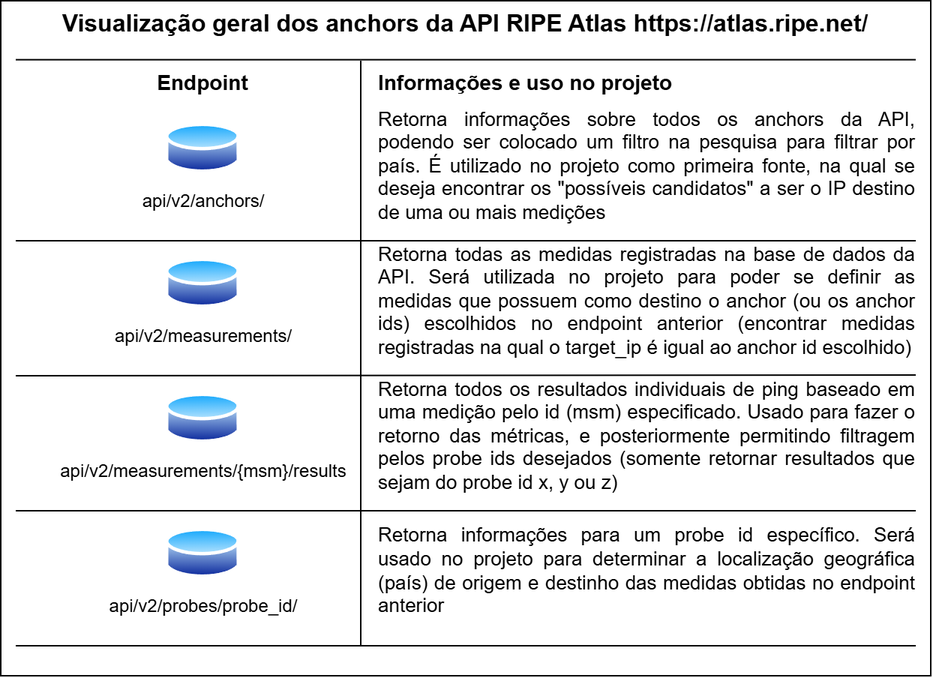
Above: docs/data_collection/endpoints_api.png in Rodrigo3441/netpulse-sistema-monitor-de-redes (draw.io), before the change. Source tidied: cells renumbered, new cells last; positions are measured from the earlier drawing's top-left corner, leaving out a move shared by most shapes. The source it was exported from:
```xml
<mxGraphModel>
  <root>
    <mxCell id="0" />
    <mxCell id="1" parent="0" />
    <mxCell id="2" style="rounded=0;whiteSpace=wrap;html=1;" parent="1" vertex="1">
      <mxGeometry width="620" height="450" as="geometry" />
    </mxCell>
    <mxCell id="3" value="api/v2/anchors/" style="image;perimeter=ellipsePerimeter;html=1;align=center;shadow=0;dashed=0;spacingTop=3;image=img/lib/active_directory/database.svg;" parent="1" vertex="1">
      <mxGeometry x="110" y="80" width="50" height="37" as="geometry" />
    </mxCell>
    <mxCell id="4" value="&lt;font style=&quot;font-size: 16px;&quot;&gt;&lt;b&gt;Visualização geral dos anchors da API RIPE Atlas&amp;nbsp;&lt;span style=&quot;white-space: nowrap; background-color: rgb(255, 255, 255);&quot;&gt;https://atlas.ripe.net/&lt;/span&gt;&lt;/b&gt;&lt;/font&gt;" style="text;html=1;whiteSpace=wrap;strokeColor=none;fillColor=none;align=center;verticalAlign=middle;rounded=0;" parent="1" vertex="1">
      <mxGeometry width="620" height="30" as="geometry" />
    </mxCell>
    <mxCell id="5" value="api/v2/measurements/" style="image;perimeter=ellipsePerimeter;html=1;align=center;shadow=0;dashed=0;spacingTop=3;image=img/lib/active_directory/database.svg;" parent="1" vertex="1">
      <mxGeometry x="110" y="170" width="50" height="37" as="geometry" />
    </mxCell>
    <mxCell id="6" value="&lt;b style=&quot;&quot;&gt;&lt;font style=&quot;font-size: 14px;&quot;&gt;Endpoint&lt;/font&gt;&lt;/b&gt;" style="text;html=1;whiteSpace=wrap;strokeColor=none;fillColor=none;align=center;verticalAlign=middle;rounded=0;" parent="1" vertex="1">
      <mxGeometry x="85" y="40" width="100" height="30" as="geometry" />
    </mxCell>
    <mxCell id="7" value="&lt;span style=&quot;font-size: 14px;&quot;&gt;&lt;b&gt;Informações e uso no projeto&lt;/b&gt;&lt;/span&gt;" style="text;html=1;whiteSpace=wrap;strokeColor=none;fillColor=none;align=center;verticalAlign=middle;rounded=0;" parent="1" vertex="1">
      <mxGeometry x="240" y="40" width="220" height="30" as="geometry" />
    </mxCell>
    <mxCell id="8" value="&lt;div style=&quot;text-align: justify;&quot;&gt;&lt;span style=&quot;font-size: 13px; background-color: transparent; color: light-dark(rgb(0, 0, 0), rgb(255, 255, 255));&quot;&gt;Retorna informações sobre todos os anchors da API, podendo ser colocado um filtro na pesquisa para filtrar por país. É utilizado no projeto como primeira fonte, na qual se deseja encontrar os &quot;possíveis candidatos&quot; a ser o IP destino de uma ou mais medições&lt;/span&gt;&lt;/div&gt;" style="text;html=1;whiteSpace=wrap;strokeColor=none;fillColor=none;align=left;verticalAlign=middle;rounded=0;" parent="1" vertex="1">
      <mxGeometry x="250" y="70" width="360" height="80" as="geometry" />
    </mxCell>
    <mxCell id="9" value="&lt;div style=&quot;text-align: justify;&quot;&gt;&lt;span style=&quot;font-size: 13px; background-color: transparent; color: light-dark(rgb(0, 0, 0), rgb(255, 255, 255));&quot;&gt;Retorna todas as medidas registradas na base de dados da API. Será utilizada no projeto para poder se definir as medidas que possuem como destino o anchor (ou os anchor ids) escolhidos no endpoint anterior (encontrar medidas registradas na qual o target_ip é igual ao anchor id escolhido)&lt;/span&gt;&lt;/div&gt;" style="text;html=1;whiteSpace=wrap;strokeColor=none;fillColor=none;align=left;verticalAlign=middle;rounded=0;" parent="1" vertex="1">
      <mxGeometry x="250" y="160" width="360" height="80" as="geometry" />
    </mxCell>
    <mxCell id="10" value="api/v2/measurements/{msm}/results" style="image;perimeter=ellipsePerimeter;html=1;align=center;shadow=0;dashed=0;spacingTop=3;image=img/lib/active_directory/database.svg;" parent="1" vertex="1">
      <mxGeometry x="110" y="260" width="50" height="37" as="geometry" />
    </mxCell>
    <mxCell id="11" value="&lt;div style=&quot;text-align: justify;&quot;&gt;&lt;span style=&quot;font-size: 13px;&quot;&gt;Retorna todos os resultados individuais de ping baseado em uma medição pelo id (msm) especificado. Usado para fazer o retorno das métricas, e posteriormente permitindo filtragem pelos probe ids desejados (somente retornar resultados que sejam do probe id x, y ou z)&lt;/span&gt;&lt;/div&gt;" style="text;html=1;whiteSpace=wrap;strokeColor=none;fillColor=none;align=left;verticalAlign=middle;rounded=0;" parent="1" vertex="1">
      <mxGeometry x="250" y="250" width="360" height="80" as="geometry" />
    </mxCell>
    <mxCell id="12" style="endArrow=none;html=1;rounded=0;entryX=1;entryY=1;entryDx=0;entryDy=0;" parent="1" edge="1">
      <mxGeometry relative="1" as="geometry">
        <mxPoint x="10" y="160" as="sourcePoint" />
        <mxPoint x="610" y="160" as="targetPoint" />
      </mxGeometry>
    </mxCell>
    <mxCell id="13" style="endArrow=none;html=1;rounded=0;entryX=1;entryY=1;entryDx=0;entryDy=0;" parent="1" edge="1">
      <mxGeometry relative="1" as="geometry">
        <mxPoint x="10" y="250" as="sourcePoint" />
        <mxPoint x="610" y="249.5" as="targetPoint" />
      </mxGeometry>
    </mxCell>
    <mxCell id="14" style="endArrow=none;html=1;rounded=0;entryX=1;entryY=1;entryDx=0;entryDy=0;" parent="1" edge="1">
      <mxGeometry relative="1" as="geometry">
        <mxPoint x="10" y="340" as="sourcePoint" />
        <mxPoint x="610" y="340" as="targetPoint" />
      </mxGeometry>
    </mxCell>
    <mxCell id="15" style="endArrow=none;html=1;rounded=0;" parent="1" edge="1">
      <mxGeometry relative="1" as="geometry">
        <mxPoint x="240" y="40" as="sourcePoint" />
        <mxPoint x="240" y="430" as="targetPoint" />
      </mxGeometry>
    </mxCell>
    <mxCell id="16" value="api/v2/probes/probe_id/" style="image;perimeter=ellipsePerimeter;html=1;align=center;shadow=0;dashed=0;spacingTop=3;image=img/lib/active_directory/database.svg;" parent="1" vertex="1">
      <mxGeometry x="110" y="350" width="50" height="37" as="geometry" />
    </mxCell>
    <mxCell id="17" value="&lt;div style=&quot;text-align: justify;&quot;&gt;&lt;span style=&quot;font-size: 13px;&quot;&gt;Retorna informações para um probe id específico. Será usado no projeto para determinar a localização geográfica (país) de origem e destinho das medidas obtidas no endpoint anterior&lt;/span&gt;&lt;/div&gt;" style="text;html=1;whiteSpace=wrap;strokeColor=none;fillColor=none;align=left;verticalAlign=middle;rounded=0;" parent="1" vertex="1">
      <mxGeometry x="250" y="340" width="360" height="80" as="geometry" />
    </mxCell>
    <mxCell id="18" style="endArrow=none;html=1;rounded=0;entryX=1;entryY=1;entryDx=0;entryDy=0;" parent="1" edge="1">
      <mxGeometry relative="1" as="geometry">
        <mxPoint x="10" y="430" as="sourcePoint" />
        <mxPoint x="610" y="430" as="targetPoint" />
      </mxGeometry>
    </mxCell>
    <mxCell id="19" style="endArrow=none;html=1;rounded=0;entryX=1;entryY=1;entryDx=0;entryDy=0;" parent="1" edge="1">
      <mxGeometry relative="1" as="geometry">
        <mxPoint x="10" y="39.3" as="sourcePoint" />
        <mxPoint x="610" y="39.3" as="targetPoint" />
      </mxGeometry>
    </mxCell>
  </root>
</mxGraphModel>
```
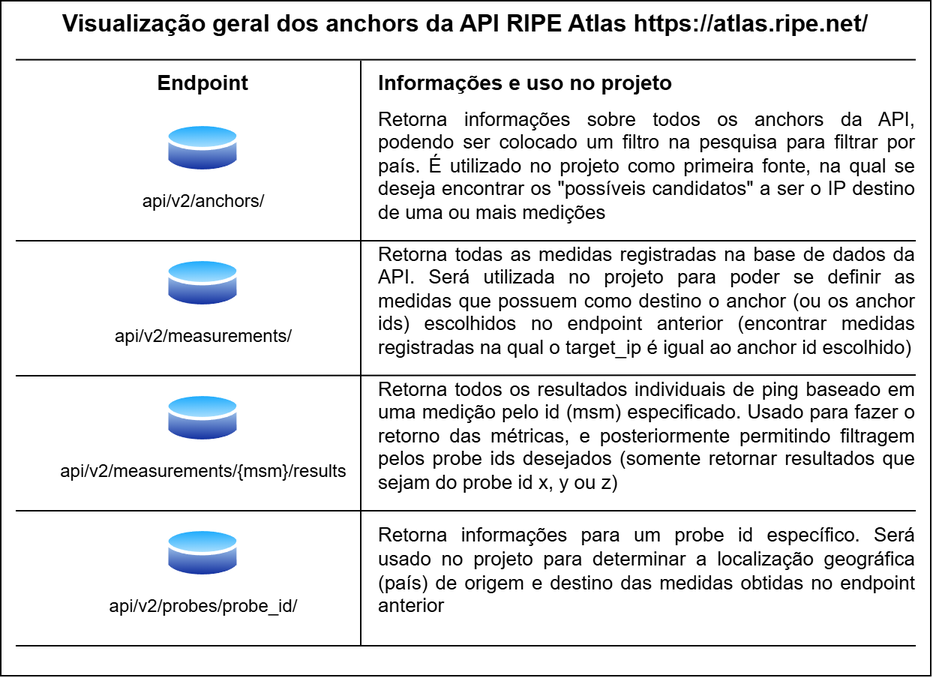
The same diagram one commit later.

Commit message:
Corrigir erro de ortografia no diagrama

What changed in the source:
```diff
@@ -59,7 +59,7 @@
     <mxCell id="16" value="api/v2/probes/probe_id/" style="image;perimeter=ellipsePerimeter;html=1;align=center;shadow=0;dashed=0;spacingTop=3;image=img/lib/active_directory/database.svg;" parent="1" vertex="1">
       <mxGeometry x="110" y="350" width="50" height="37" as="geometry" />
     </mxCell>
-    <mxCell id="17" value="&lt;div style=&quot;text-align: justify;&quot;&gt;&lt;span style=&quot;font-size: 13px;&quot;&gt;Retorna informações para um probe id específico. Será usado no projeto para determinar a localização geográfica (país) de origem e destinho das medidas obtidas no endpoint anterior&lt;/span&gt;&lt;/div&gt;" style="text;html=1;whiteSpace=wrap;strokeColor=none;fillColor=none;align=left;verticalAlign=middle;rounded=0;" parent="1" vertex="1">
+    <mxCell id="17" value="&lt;div style=&quot;text-align: justify;&quot;&gt;&lt;span style=&quot;font-size: 13px;&quot;&gt;Retorna informações para um probe id específico. Será usado no projeto para determinar a localização geográfica (país) de origem e destino das medidas obtidas no endpoint anterior&lt;/span&gt;&lt;/div&gt;" style="text;html=1;whiteSpace=wrap;strokeColor=none;fillColor=none;align=left;verticalAlign=middle;rounded=0;" parent="1" vertex="1">
       <mxGeometry x="250" y="340" width="360" height="80" as="geometry" />
     </mxCell>
     <mxCell id="18" style="endArrow=none;html=1;rounded=0;entryX=1;entryY=1;entryDx=0;entryDy=0;" parent="1" edge="1">
```
